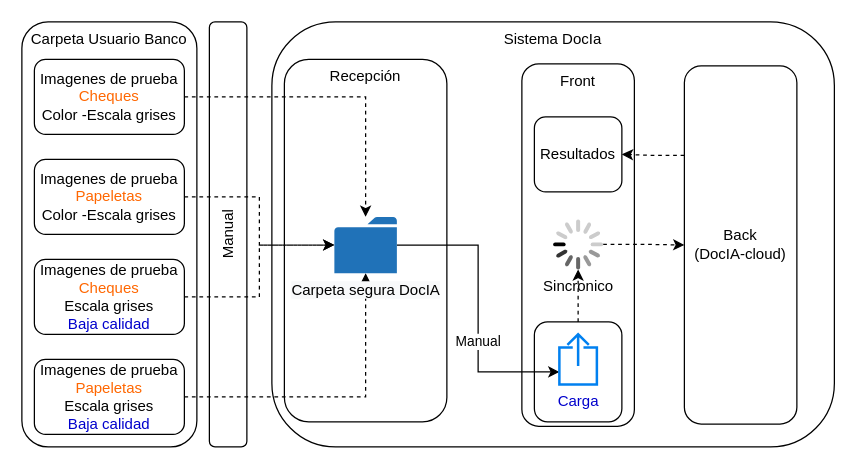
Before: page "Escenario" (3 of 3) of Morfologia de cheques.drawio in santiagovb/Diagramas, a draw.io diagram. Source tidied: cells renumbered, new cells numbered last; positions are measured from the earlier drawing's top-left corner, leaving out a move shared by most shapes. Both pictures are drawn from the tidied source at 125%, with x=0, y=0 at pixel (21, 21).
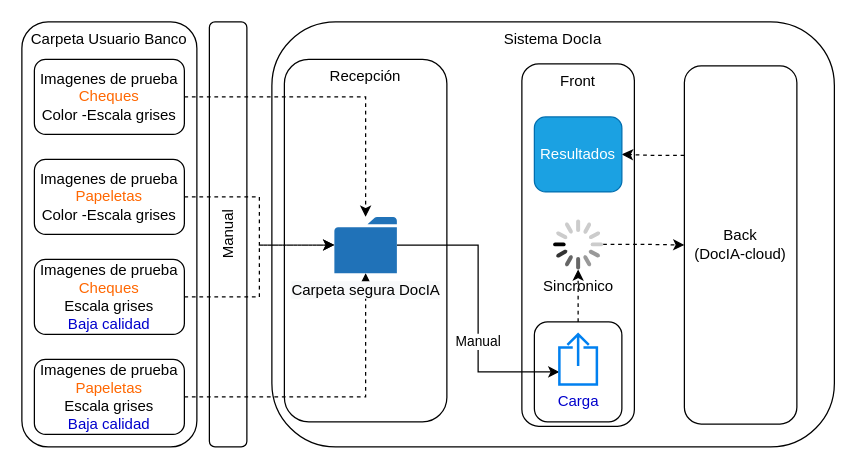
The same diagram, later.

Diff of the diagram source:
```diff
@@
-    <mxCell id="23" value="Resultados" style="rounded=1;whiteSpace=wrap;html=1;fontColor=#000000;fillColor=none;" parent="1" vertex="1">
+    <mxCell id="23" value="Resultados" style="rounded=1;whiteSpace=wrap;html=1;fillColor=#1ba1e2;strokeColor=#006EAF;fontColor=#ffffff;" parent="1" vertex="1">
       <mxGeometry x="410" y="76" width="70" height="60" as="geometry" />
     </mxCell>
```
